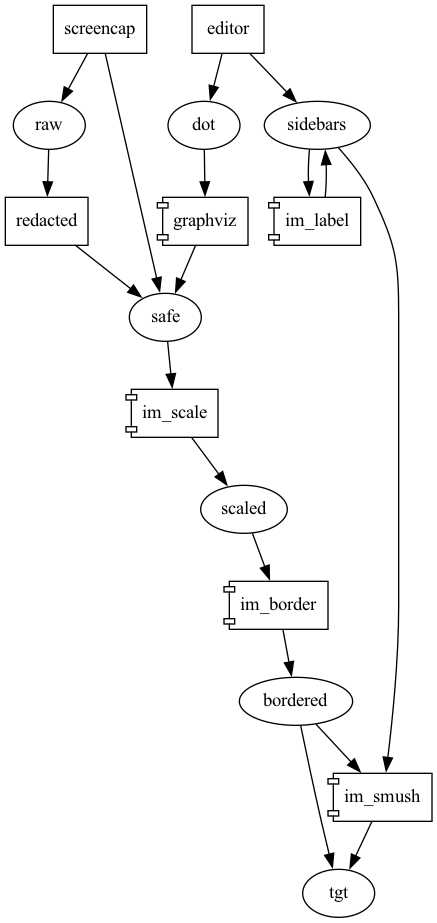
Before: docs/images/src/safe/graphics_stages.png, a diagram exported from Graphviz (cronical/budget_dance). Its source is kept beside it as docs/images/dot/graphics_stages.dot. The source it was exported from:
```dot
digraph{
  node[shape=rect]
   screencap editor redacted
  node[shape=component]
    graphviz
    im_label
    im_scale
    im_border
    im_smush
  node [shape=ellipse]
  editor->{dot,sidebars}
  sidebars->im_label->sidebars
  screencap->{raw,safe}
  dot->graphviz->safe
  {sidebars,bordered}->im_smush
  raw->redacted->safe
  {safe}->im_scale->scaled->im_border->bordered
  {bordered,im_smush}->tgt


}
```
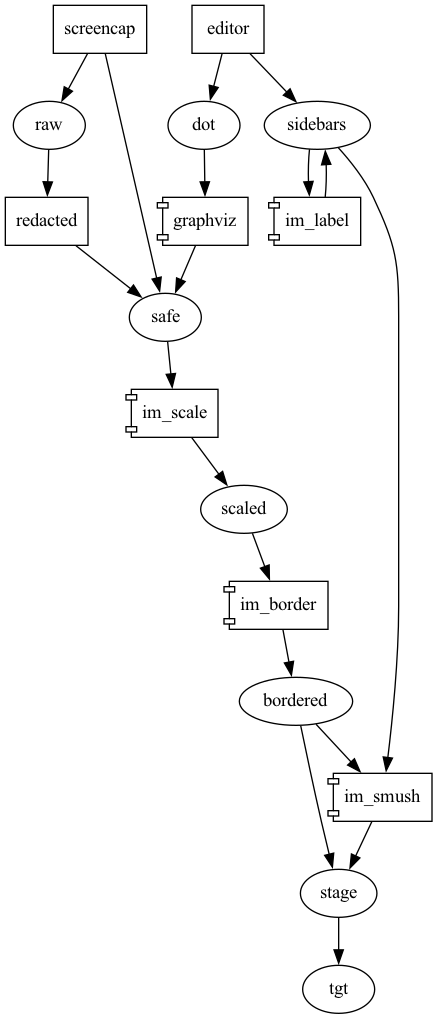
After the change.

What changed in the source:
```diff
@@ -15,7 +15,7 @@
   {sidebars,bordered}->im_smush
   raw->redacted->safe
   {safe}->im_scale->scaled->im_border->bordered
-  {bordered,im_smush}->tgt
+  {bordered,im_smush}->stage->tgt
 
 
 }
```
